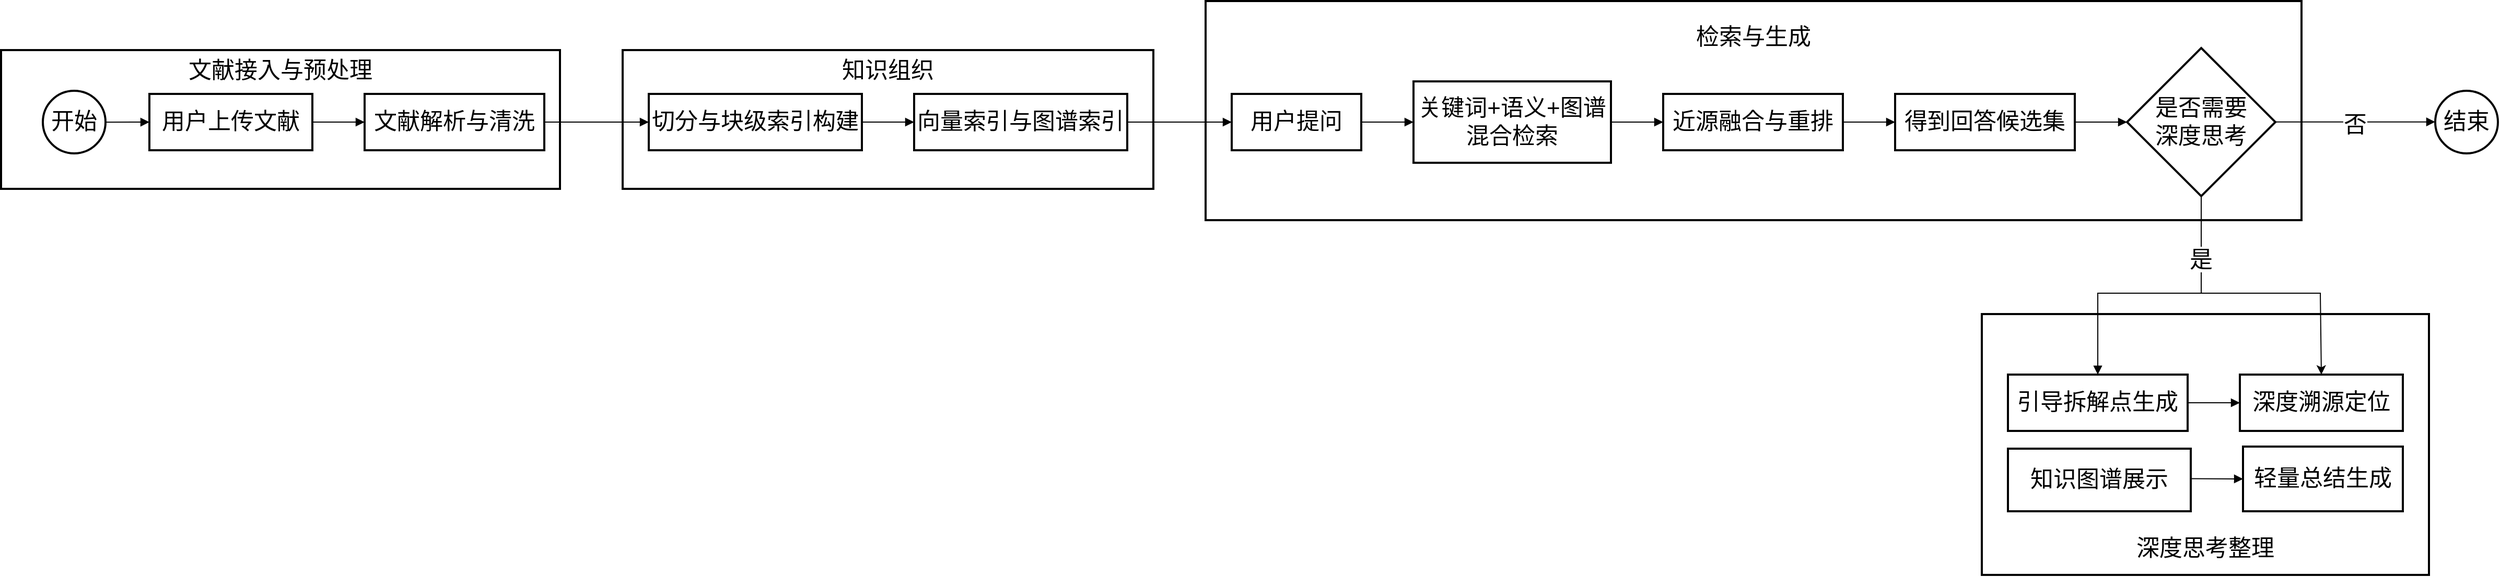
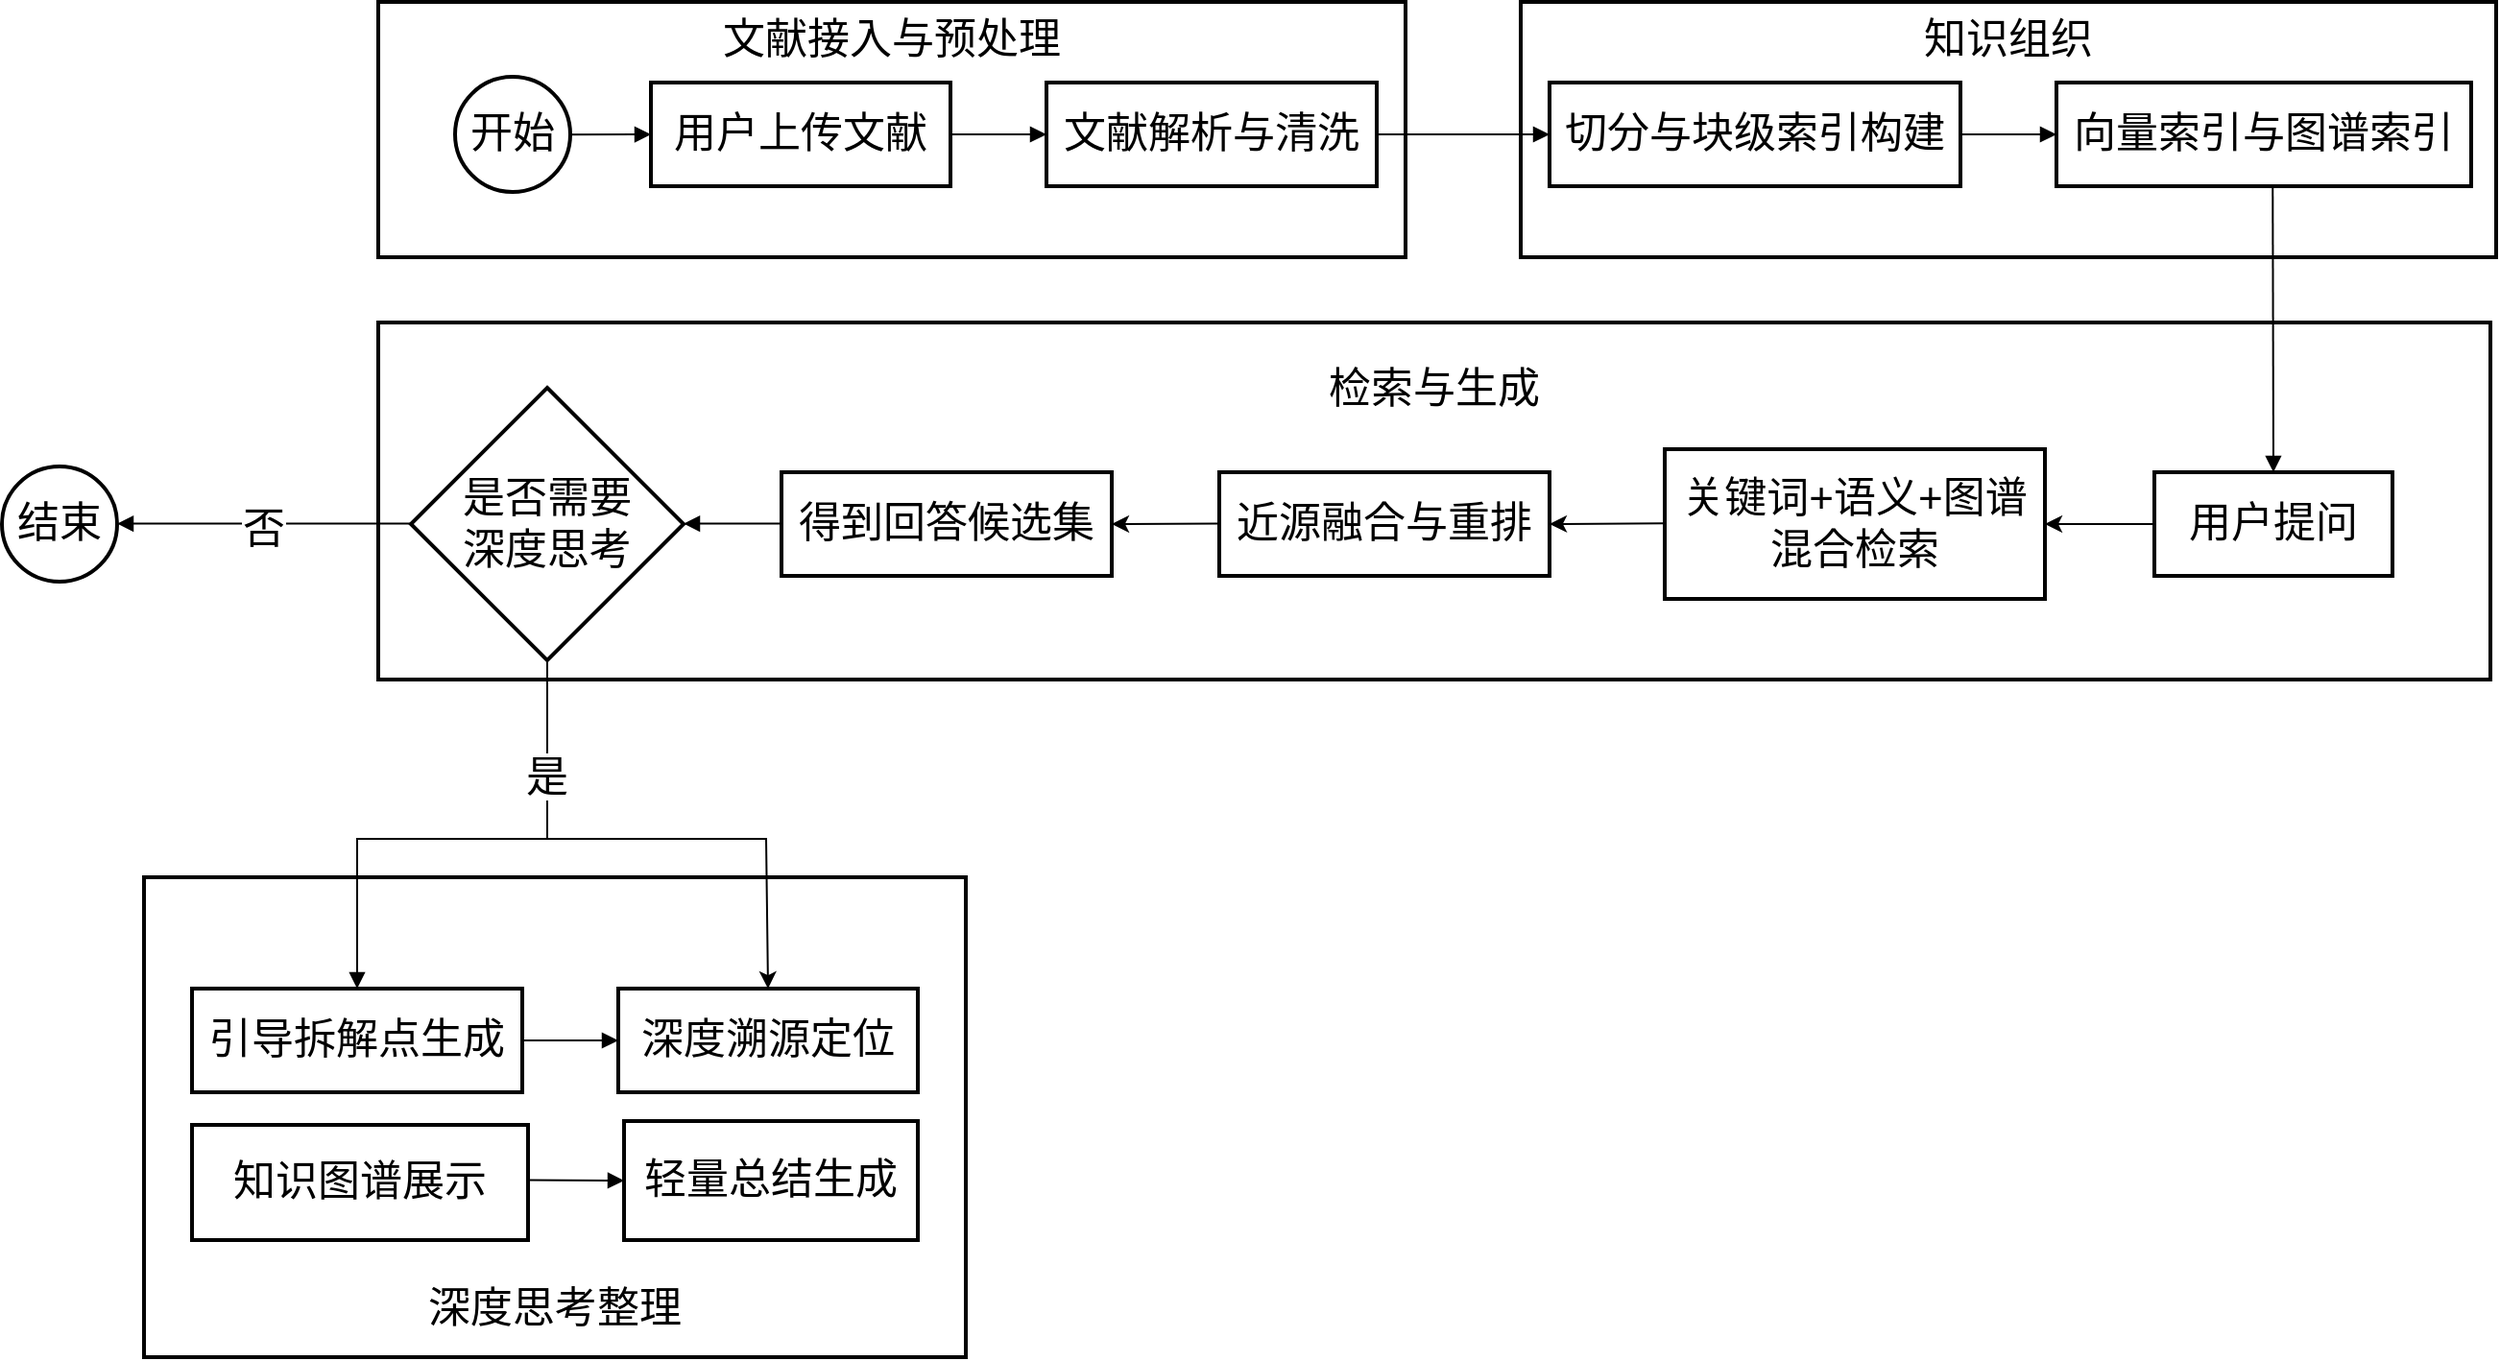
<mxfile host="app.diagrams.net">
  <diagram name="第 1 页" id="2H8UEYMegtQSnTJHRj4H">
-     <mxGraphModel dx="2518" dy="1249" grid="1" gridSize="10" guides="1" tooltips="1" connect="1" arrows="1" fold="1" page="0" pageScale="1" pageWidth="827" pageHeight="1169" math="0" shadow="0">
+     <mxGraphModel dx="2563" dy="1249" grid="1" gridSize="10" guides="1" tooltips="1" connect="1" arrows="1" fold="1" page="0" pageScale="1" pageWidth="827" pageHeight="1169" math="0" shadow="0">
      <root>
        <mxCell id="0" />
        <mxCell id="1" parent="0" />
        <mxCell id="Jbjb2MNiFPxOKgmF51N8-1" parent="1" style="whiteSpace=wrap;strokeWidth=2;fontSize=22;verticalAlign=bottom;spacingBottom=10;" value="深度思考整理" vertex="1">
-           <mxGeometry height="250" width="428" x="1906" y="370" as="geometry" />
+           <mxGeometry height="250" width="428" x="-112" y="573" as="geometry" />
        </mxCell>
        <mxCell id="Jbjb2MNiFPxOKgmF51N8-2" parent="1" style="whiteSpace=wrap;strokeWidth=2;fontSize=22;verticalAlign=top;spacingTop=15;" value="检索与生成" vertex="1">
-           <mxGeometry height="210" width="1049" x="1163" y="70" as="geometry" />
+           <mxGeometry height="186" width="1100" x="10" y="284" as="geometry" />
        </mxCell>
        <mxCell id="Jbjb2MNiFPxOKgmF51N8-3" parent="1" style="whiteSpace=wrap;strokeWidth=2;fontSize=22;verticalAlign=top;" value="知识组织" vertex="1">
          <mxGeometry height="133" width="508" x="605" y="117" as="geometry" />
        </mxCell>
        <mxCell id="Jbjb2MNiFPxOKgmF51N8-4" parent="1" style="whiteSpace=wrap;strokeWidth=2;fontSize=22;verticalAlign=top;" value="文献接入与预处理" vertex="1">
          <mxGeometry height="133" width="535" x="10" y="117" as="geometry" />
        </mxCell>
        <mxCell id="Jbjb2MNiFPxOKgmF51N8-6" parent="1" style="whiteSpace=wrap;strokeWidth=2;fontSize=22;" value="用户上传文献" vertex="1">
          <mxGeometry height="54" width="156" x="152" y="159" as="geometry" />
        </mxCell>
        <mxCell id="Jbjb2MNiFPxOKgmF51N8-7" parent="1" style="whiteSpace=wrap;strokeWidth=2;fontSize=22;" value="文献解析与清洗" vertex="1">
          <mxGeometry height="54" width="172" x="358" y="159" as="geometry" />
        </mxCell>
        <mxCell id="Jbjb2MNiFPxOKgmF51N8-8" parent="1" style="whiteSpace=wrap;strokeWidth=2;fontSize=22;" value="切分与块级索引构建" vertex="1">
-           <mxGeometry height="54" width="204" x="630" y="159" as="geometry" />
+           <mxGeometry height="54" width="214" x="620" y="159" as="geometry" />
        </mxCell>
        <mxCell id="Jbjb2MNiFPxOKgmF51N8-9" parent="1" style="whiteSpace=wrap;strokeWidth=2;fontSize=22;" value="向量索引与图谱索引" vertex="1">
-           <mxGeometry height="54" width="204" x="884" y="159" as="geometry" />
+           <mxGeometry height="54" width="216" x="884" y="159" as="geometry" />
        </mxCell>
        <mxCell id="Jbjb2MNiFPxOKgmF51N8-10" parent="1" style="whiteSpace=wrap;strokeWidth=2;fontSize=22;" value="用户提问" vertex="1">
-           <mxGeometry height="54" width="124" x="1188" y="159" as="geometry" />
+           <mxGeometry height="54" width="124" x="935" y="362" as="geometry" />
        </mxCell>
        <mxCell id="Jbjb2MNiFPxOKgmF51N8-11" parent="1" style="whiteSpace=wrap;strokeWidth=2;fontSize=22;" value="关键词+语义+图谱&#xa;混合检索" vertex="1">
-           <mxGeometry height="78" width="189" x="1362" y="147" as="geometry" />
+           <mxGeometry height="78" width="198" x="680" y="350" as="geometry" />
        </mxCell>
        <mxCell id="Jbjb2MNiFPxOKgmF51N8-12" parent="1" style="whiteSpace=wrap;strokeWidth=2;fontSize=22;" value="近源融合与重排" vertex="1">
-           <mxGeometry height="54" width="172" x="1601" y="159" as="geometry" />
+           <mxGeometry height="54" width="172" x="448" y="362" as="geometry" />
        </mxCell>
        <mxCell id="Jbjb2MNiFPxOKgmF51N8-13" parent="1" style="whiteSpace=wrap;strokeWidth=2;fontSize=22;" value="得到回答候选集" vertex="1">
-           <mxGeometry height="54" width="172" x="1823" y="159" as="geometry" />
+           <mxGeometry height="54" width="172" x="220" y="362" as="geometry" />
        </mxCell>
        <mxCell id="Jbjb2MNiFPxOKgmF51N8-14" parent="1" style="rhombus;strokeWidth=2;whiteSpace=wrap;fontSize=22;" value="是否需要&#xa;深度思考" vertex="1">
-           <mxGeometry height="142" width="142" x="2045" y="115" as="geometry" />
+           <mxGeometry height="142" width="142" x="27" y="318" as="geometry" />
        </mxCell>
        <mxCell id="Jbjb2MNiFPxOKgmF51N8-15" parent="1" style="whiteSpace=wrap;strokeWidth=2;fontSize=22;" value="引导拆解点生成" vertex="1">
-           <mxGeometry height="54" width="172" x="1931" y="428" as="geometry" />
+           <mxGeometry height="54" width="172" x="-87" y="631" as="geometry" />
        </mxCell>
        <mxCell id="Jbjb2MNiFPxOKgmF51N8-16" parent="1" style="whiteSpace=wrap;strokeWidth=2;fontSize=22;" value="深度溯源定位" vertex="1">
-           <mxGeometry height="54" width="156" x="2153" y="428" as="geometry" />
+           <mxGeometry height="54" width="156" x="135" y="631" as="geometry" />
        </mxCell>
        <mxCell id="Jbjb2MNiFPxOKgmF51N8-17" parent="1" style="whiteSpace=wrap;strokeWidth=2;fontSize=22;" value="知识图谱展示" vertex="1">
-           <mxGeometry height="60" width="175" x="1931" y="499" as="geometry" />
+           <mxGeometry height="60" width="175" x="-87" y="702" as="geometry" />
        </mxCell>
        <mxCell id="Jbjb2MNiFPxOKgmF51N8-18" parent="1" style="whiteSpace=wrap;strokeWidth=2;fontSize=22;" value="轻量总结生成" vertex="1">
-           <mxGeometry height="62" width="153" x="2156" y="497" as="geometry" />
+           <mxGeometry height="62" width="153" x="138" y="700" as="geometry" />
        </mxCell>
        <mxCell id="Jbjb2MNiFPxOKgmF51N8-20" edge="1" parent="1" style="curved=1;startArrow=none;endArrow=block;exitX=1;exitY=0.49;entryX=0;entryY=0.5;rounded=0;fontSize=22;" target="Jbjb2MNiFPxOKgmF51N8-6" value="">
          <mxGeometry relative="1" as="geometry">
            <Array as="points" />
            <mxPoint x="102" y="186.11" as="sourcePoint" />
          </mxGeometry>
        </mxCell>
        <mxCell id="Jbjb2MNiFPxOKgmF51N8-21" edge="1" parent="1" source="Jbjb2MNiFPxOKgmF51N8-6" style="curved=1;startArrow=none;endArrow=block;exitX=1;exitY=0.5;entryX=0;entryY=0.5;rounded=0;fontSize=22;" target="Jbjb2MNiFPxOKgmF51N8-7" value="">
          <mxGeometry relative="1" as="geometry">
            <Array as="points" />
          </mxGeometry>
        </mxCell>
        <mxCell id="Jbjb2MNiFPxOKgmF51N8-22" edge="1" parent="1" source="Jbjb2MNiFPxOKgmF51N8-8" style="curved=1;startArrow=none;endArrow=block;exitX=1;exitY=0.5;entryX=0;entryY=0.5;rounded=0;fontSize=22;" target="Jbjb2MNiFPxOKgmF51N8-9" value="">
          <mxGeometry relative="1" as="geometry">
            <Array as="points" />
          </mxGeometry>
        </mxCell>
-         <mxCell id="Jbjb2MNiFPxOKgmF51N8-23" edge="1" parent="1" source="Jbjb2MNiFPxOKgmF51N8-10" style="curved=1;startArrow=none;endArrow=block;exitX=1;exitY=0.5;entryX=0;entryY=0.5;rounded=0;fontSize=22;" target="Jbjb2MNiFPxOKgmF51N8-11" value="">
+         <mxCell id="Jbjb2MNiFPxOKgmF51N8-26" edge="1" parent="1" style="curved=1;startArrow=none;endArrow=block;exitX=1;exitY=0.5;entryX=0;entryY=0.5;rounded=0;fontSize=22;" value="">
          <mxGeometry relative="1" as="geometry">
            <Array as="points" />
-           </mxGeometry>
-         </mxCell>
-         <mxCell id="Jbjb2MNiFPxOKgmF51N8-24" edge="1" parent="1" source="Jbjb2MNiFPxOKgmF51N8-11" style="curved=1;startArrow=none;endArrow=block;exitX=1;exitY=0.5;entryX=0;entryY=0.5;rounded=0;fontSize=22;" target="Jbjb2MNiFPxOKgmF51N8-12" value="">
-           <mxGeometry relative="1" as="geometry">
-             <Array as="points" />
-           </mxGeometry>
-         </mxCell>
-         <mxCell id="Jbjb2MNiFPxOKgmF51N8-25" edge="1" parent="1" source="Jbjb2MNiFPxOKgmF51N8-12" style="curved=1;startArrow=none;endArrow=block;exitX=1;exitY=0.5;entryX=0;entryY=0.5;rounded=0;fontSize=22;" target="Jbjb2MNiFPxOKgmF51N8-13" value="">
-           <mxGeometry relative="1" as="geometry">
-             <Array as="points" />
-           </mxGeometry>
-         </mxCell>
-         <mxCell id="Jbjb2MNiFPxOKgmF51N8-26" edge="1" parent="1" source="Jbjb2MNiFPxOKgmF51N8-13" style="curved=1;startArrow=none;endArrow=block;exitX=1;exitY=0.5;entryX=0;entryY=0.5;rounded=0;fontSize=22;" target="Jbjb2MNiFPxOKgmF51N8-14" value="">
-           <mxGeometry relative="1" as="geometry">
-             <Array as="points" />
+             <mxPoint x="219" y="388.78999999999996" as="sourcePoint" />
+             <mxPoint x="169" y="388.78999999999996" as="targetPoint" />
          </mxGeometry>
        </mxCell>
        <mxCell id="Jbjb2MNiFPxOKgmF51N8-27" edge="1" parent="1" source="Jbjb2MNiFPxOKgmF51N8-15" style="curved=1;startArrow=none;endArrow=block;exitX=1;exitY=0.5;entryX=0;entryY=0.5;rounded=0;fontSize=22;" target="Jbjb2MNiFPxOKgmF51N8-16" value="">
          <mxGeometry relative="1" as="geometry">
            <Array as="points" />
          </mxGeometry>
        </mxCell>
        <mxCell id="Jbjb2MNiFPxOKgmF51N8-28" edge="1" parent="1" source="Jbjb2MNiFPxOKgmF51N8-17" style="curved=1;startArrow=none;endArrow=block;exitX=1;exitY=0.48;entryX=0;entryY=0.5;rounded=0;fontSize=22;entryDx=0;entryDy=0;exitDx=0;exitDy=0;exitPerimeter=0;" target="Jbjb2MNiFPxOKgmF51N8-18" value="">
          <mxGeometry relative="1" as="geometry">
            <Array as="points" />
          </mxGeometry>
        </mxCell>
        <mxCell id="Jbjb2MNiFPxOKgmF51N8-29" edge="1" parent="1" source="Jbjb2MNiFPxOKgmF51N8-7" style="curved=1;startArrow=none;endArrow=block;exitX=1;exitY=0.5;entryX=0;entryY=0.5;rounded=0;fontSize=22;exitDx=0;exitDy=0;" target="Jbjb2MNiFPxOKgmF51N8-8" value="">
          <mxGeometry relative="1" as="geometry">
            <Array as="points" />
          </mxGeometry>
        </mxCell>
-         <mxCell id="Jbjb2MNiFPxOKgmF51N8-30" edge="1" parent="1" source="Jbjb2MNiFPxOKgmF51N8-9" style="curved=1;startArrow=none;endArrow=block;exitX=1;exitY=0.5;entryX=0;entryY=0.5;rounded=0;fontSize=22;" target="Jbjb2MNiFPxOKgmF51N8-10" value="">
+         <mxCell id="Jbjb2MNiFPxOKgmF51N8-30" edge="1" parent="1" style="curved=1;startArrow=none;endArrow=block;exitX=0.5;exitY=1;entryX=0.5;entryY=0;rounded=0;fontSize=22;exitDx=0;exitDy=0;entryDx=0;entryDy=0;" target="Jbjb2MNiFPxOKgmF51N8-10" value="">
          <mxGeometry relative="1" as="geometry">
            <Array as="points" />
+             <mxPoint x="996.6300000000002" y="213" as="sourcePoint" />
+             <mxPoint x="996.8849999999999" y="333.21000000000004" as="targetPoint" />
          </mxGeometry>
        </mxCell>
        <mxCell id="Jbjb2MNiFPxOKgmF51N8-31" edge="1" parent="1" style="curved=0;startArrow=none;endArrow=block;exitX=1;exitY=0.5;rounded=0;fontSize=22;exitDx=0;exitDy=0;entryX=0.5;entryY=0;entryDx=0;entryDy=0;" target="Jbjb2MNiFPxOKgmF51N8-15" value="是">
          <mxGeometry relative="1" x="-0.5657" as="geometry">
            <mxPoint as="offset" />
            <Array as="points">
-               <mxPoint x="2116" y="301" />
-               <mxPoint x="2116" y="350" />
-               <mxPoint x="2017" y="350" />
+               <mxPoint x="98" y="504" />
+               <mxPoint x="98" y="553" />
+               <mxPoint x="-1" y="553" />
            </Array>
-             <mxPoint x="2116" y="257" as="sourcePoint" />
-             <mxPoint x="2036" y="401" as="targetPoint" />
+             <mxPoint x="98" y="460" as="sourcePoint" />
+             <mxPoint x="18" y="604" as="targetPoint" />
          </mxGeometry>
        </mxCell>
        <mxCell id="Jbjb2MNiFPxOKgmF51N8-33" edge="1" parent="1" style="curved=0;startArrow=none;endArrow=block;exitX=0.5;exitY=0;rounded=0;fontSize=22;exitDx=0;exitDy=0;" value="否">
          <mxGeometry relative="1" as="geometry">
            <Array as="points" />
-             <mxPoint x="2187" y="185.84999999999988" as="sourcePoint" />
-             <mxPoint x="2340" y="185.85" as="targetPoint" />
+             <mxPoint x="27" y="388.7900000000001" as="sourcePoint" />
+             <mxPoint x="-126" y="388.78999999999996" as="targetPoint" />
          </mxGeometry>
        </mxCell>
        <mxCell id="Jbjb2MNiFPxOKgmF51N8-35" parent="1" style="ellipse;whiteSpace=wrap;html=1;aspect=fixed;strokeWidth=2;fontSize=22;" value="&lt;font&gt;开始&lt;/font&gt;" vertex="1">
          <mxGeometry height="60" width="60" x="50" y="156" as="geometry" />
        </mxCell>
-         <mxCell id="Jbjb2MNiFPxOKgmF51N8-36" parent="1" style="ellipse;whiteSpace=wrap;html=1;aspect=fixed;strokeWidth=2;fontSize=22;direction=west;" value="&lt;font&gt;结束&lt;/font&gt;" vertex="1">
-           <mxGeometry height="60" width="60" x="2340" y="156" as="geometry" />
+         <mxCell id="Jbjb2MNiFPxOKgmF51N8-36" parent="1" style="ellipse;whiteSpace=wrap;html=1;aspect=fixed;strokeWidth=2;fontSize=22;direction=north;" value="&lt;font&gt;结束&lt;/font&gt;" vertex="1">
+           <mxGeometry height="60" width="60" x="-186" y="359" as="geometry" />
        </mxCell>
        <mxCell id="Jbjb2MNiFPxOKgmF51N8-37" edge="1" parent="1" style="endArrow=classic;html=1;rounded=0;fontSize=22;entryX=0.5;entryY=0;entryDx=0;entryDy=0;" target="Jbjb2MNiFPxOKgmF51N8-16" value="">
          <mxGeometry height="50" relative="1" width="50" as="geometry">
            <Array as="points">
-               <mxPoint x="2230" y="350" />
+               <mxPoint x="212" y="553" />
            </Array>
-             <mxPoint x="2116" y="350" as="sourcePoint" />
-             <mxPoint x="2196" y="401" as="targetPoint" />
+             <mxPoint x="98" y="553" as="sourcePoint" />
+             <mxPoint x="178" y="604" as="targetPoint" />
+           </mxGeometry>
+         </mxCell>
+         <mxCell id="-uRT-PFzatynvhtSv8cJ-1" edge="1" parent="1" source="Jbjb2MNiFPxOKgmF51N8-10" style="endArrow=classic;html=1;rounded=0;entryX=1;entryY=0.5;entryDx=0;entryDy=0;exitX=0;exitY=0.5;exitDx=0;exitDy=0;" target="Jbjb2MNiFPxOKgmF51N8-11" value="">
+           <mxGeometry height="50" relative="1" width="50" as="geometry">
+             <mxPoint x="930" y="389" as="sourcePoint" />
+             <mxPoint x="960" y="333" as="targetPoint" />
+           </mxGeometry>
+         </mxCell>
+         <mxCell id="-uRT-PFzatynvhtSv8cJ-2" edge="1" parent="1" style="endArrow=classic;html=1;rounded=0;entryX=1;entryY=0.5;entryDx=0;entryDy=0;exitX=0;exitY=0.5;exitDx=0;exitDy=0;" target="Jbjb2MNiFPxOKgmF51N8-12" value="">
+           <mxGeometry height="50" relative="1" width="50" as="geometry">
+             <mxPoint x="680" y="388.64" as="sourcePoint" />
+             <mxPoint x="623" y="388.64" as="targetPoint" />
+           </mxGeometry>
+         </mxCell>
+         <mxCell id="-uRT-PFzatynvhtSv8cJ-3" edge="1" parent="1" style="endArrow=classic;html=1;rounded=0;entryX=1;entryY=0.5;entryDx=0;entryDy=0;exitX=0;exitY=0.5;exitDx=0;exitDy=0;" target="Jbjb2MNiFPxOKgmF51N8-13" value="">
+           <mxGeometry height="50" relative="1" width="50" as="geometry">
+             <mxPoint x="448" y="388.71" as="sourcePoint" />
+             <mxPoint x="391" y="388.71" as="targetPoint" />
          </mxGeometry>
        </mxCell>
      </root>
    </mxGraphModel>
  </diagram>
</mxfile>
